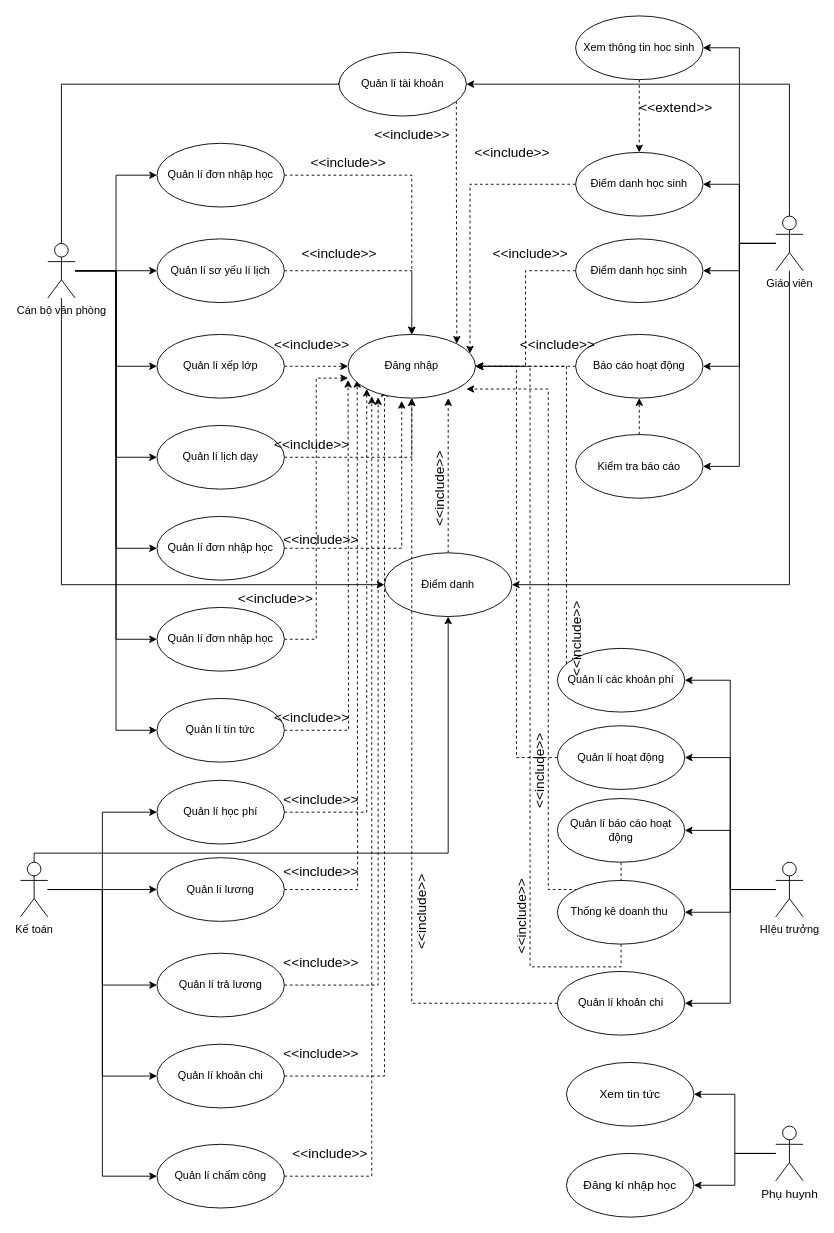
The draw.io diagram page "Page-1" (1 of 7) of doc/usecase/mamnonusecase.drawio in tuankiet64-cntt/quanlitruongmamnon, before the edit. Source tidied: cells renumbered, new cells numbered last; positions are measured from the earlier drawing's top-left corner, leaving out a move shared by most shapes. Both pictures are drawn from the tidied source at 91%, with x=0, y=0 at pixel (20, 15).
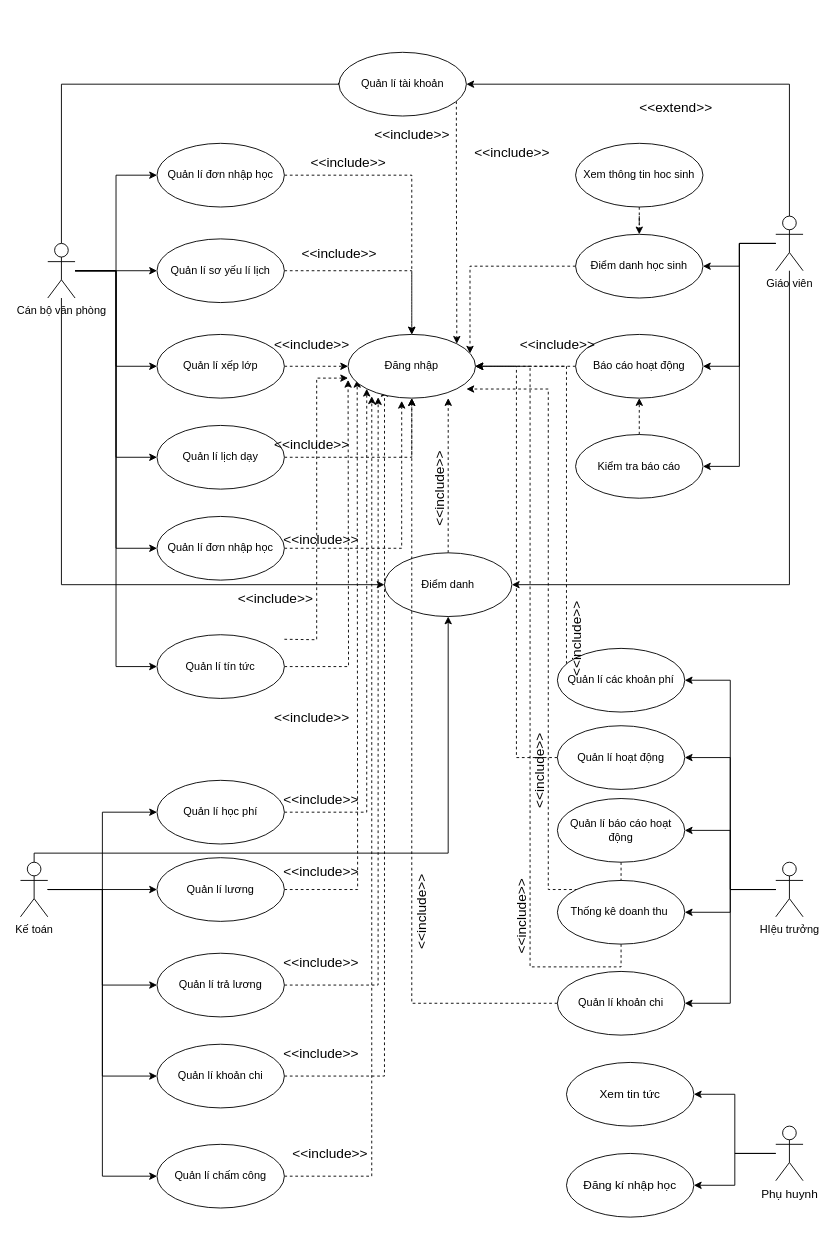
Above is the later version.

The change refers to these unchanged cells:
```xml
<mxCell id="13" value="Cán bộ văn phòng" style="shape=umlActor;verticalLabelPosition=bottom;verticalAlign=top;html=1;" parent="1" vertex="1">
  <mxGeometry x="30" y="250" width="30" height="60" as="geometry" />
</mxCell>
<mxCell id="52" value="Giáo viên" style="shape=umlActor;verticalLabelPosition=bottom;verticalAlign=top;html=1;" parent="1" vertex="1">
  <mxGeometry x="830" y="220" width="30" height="60" as="geometry" />
</mxCell>
<mxCell id="66" value="Đăng nhập" style="ellipse;whiteSpace=wrap;html=1;" parent="1" vertex="1">
  <mxGeometry x="360" y="350" width="140" height="70" as="geometry" />
</mxCell>
```

The edit, as a diff of the source:
```diff
@@
-    <mxCell id="9" style="edgeStyle=orthogonalEdgeStyle;rounded=0;jettySize=auto;html=1;entryX=0;entryY=0.5;entryDx=0;entryDy=0;" parent="1" edge="1" source="13" target="23">
-      <mxGeometry relative="1" as="geometry" />
-    </mxCell>
@@
-    <mxCell id="22" style="edgeStyle=orthogonalEdgeStyle;rounded=0;jettySize=auto;html=1;entryX=0;entryY=0.686;entryDx=0;entryDy=0;entryPerimeter=0;dashed=1;fontSize=15;" parent="1" edge="1" source="23" target="66">
-      <mxGeometry relative="1" as="geometry" />
+    <mxCell id="22" style="edgeStyle=orthogonalEdgeStyle;rounded=0;jettySize=auto;html=1;entryX=0;entryY=0.686;entryDx=0;entryDy=0;entryPerimeter=0;dashed=1;fontSize=15;" parent="1" edge="1" target="66">
+      <mxGeometry relative="1" as="geometry">
+        <mxPoint x="290" y="685" as="sourcePoint" />
+      </mxGeometry>
     </mxCell>
-    <mxCell id="23" value="Quản lí đơn nhập học" style="ellipse;whiteSpace=wrap;html=1;" parent="1" vertex="1">
-      <mxGeometry x="150" y="650" width="140" height="70" as="geometry" />
-    </mxCell>
@@
     <mxCell id="44" value="Quản lí tín tức" style="ellipse;whiteSpace=wrap;html=1;" parent="1" vertex="1">
-      <mxGeometry x="150" y="750" width="140" height="70" as="geometry" />
+      <mxGeometry x="150" y="680" width="140" height="70" as="geometry" />
     </mxCell>
-    <mxCell id="45" style="edgeStyle=orthogonalEdgeStyle;rounded=0;jettySize=auto;html=1;entryX=1;entryY=0.5;entryDx=0;entryDy=0;fontSize=15;" parent="1" edge="1" source="52" target="62">
-      <mxGeometry relative="1" as="geometry" />
-    </mxCell>
@@
-    <mxCell id="51" style="edgeStyle=orthogonalEdgeStyle;rounded=0;jettySize=auto;html=1;entryX=1;entryY=0.5;entryDx=0;entryDy=0;fontSize=15;" parent="1" edge="1" source="52" target="58">
-      <mxGeometry relative="1" as="geometry" />
-    </mxCell>
@@
     <mxCell id="56" value="Điểm danh học sinh" style="ellipse;whiteSpace=wrap;html=1;" parent="1" vertex="1">
-      <mxGeometry x="610" y="150" width="140" height="70" as="geometry" />
+      <mxGeometry x="610" y="240" width="140" height="70" as="geometry" />
     </mxCell>
-    <mxCell id="57" style="edgeStyle=orthogonalEdgeStyle;rounded=0;jettySize=auto;html=1;entryX=1;entryY=0.5;entryDx=0;entryDy=0;dashed=1;fontSize=15;" parent="1" edge="1" source="58" target="66">
-      <mxGeometry relative="1" as="geometry" />
-    </mxCell>
-    <mxCell id="58" value="Điểm danh học sinh" style="ellipse;whiteSpace=wrap;html=1;" parent="1" vertex="1">
-      <mxGeometry x="610" y="245" width="140" height="70" as="geometry" />
-    </mxCell>
@@
     <mxCell id="62" value="Xem thông tin hoc sinh" style="ellipse;whiteSpace=wrap;html=1;" parent="1" vertex="1">
-      <mxGeometry x="610" width="140" height="70" as="geometry" />
+      <mxGeometry x="610" y="140" width="140" height="70" as="geometry" />
     </mxCell>
@@
-    <mxCell id="70" value="&amp;lt;&amp;lt;include&amp;gt;&amp;gt;" style="text;html=1;align=center;verticalAlign=middle;fontSize=15;" parent="1" vertex="1">
-      <mxGeometry x="510" y="250" width="100" height="20" as="geometry" />
-    </mxCell>
```
